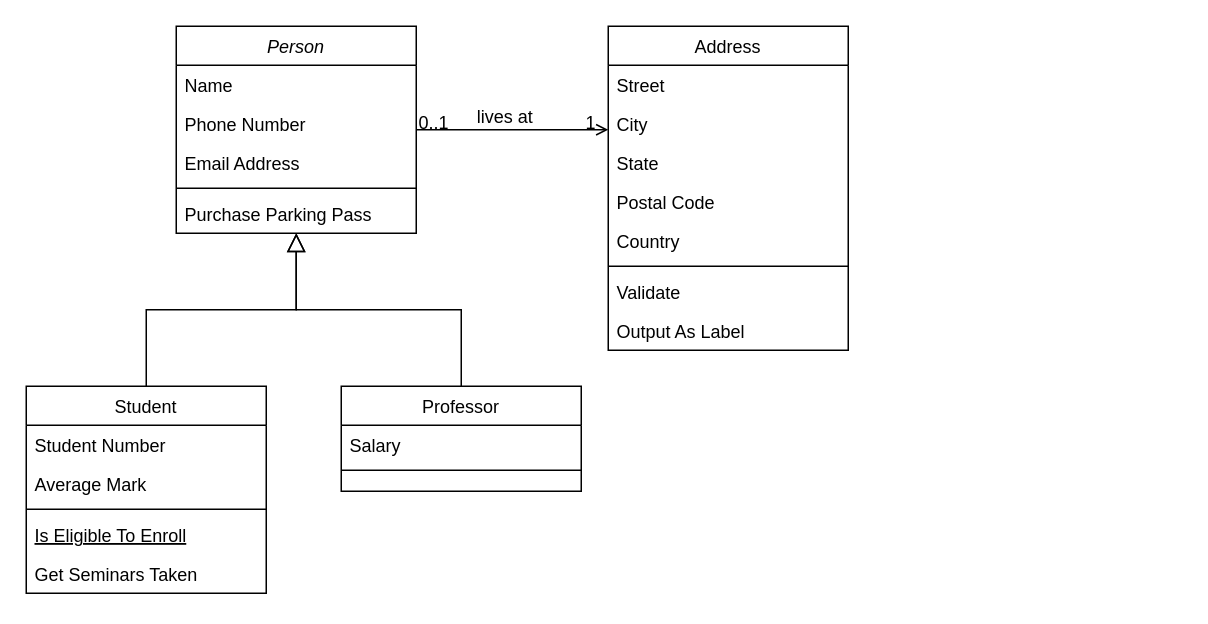
The draw.io diagram Diagrama sem nome.drawio in Dias070913/Mare-alta, before the edit. Source tidied: cells renumbered, new cells numbered last; positions are measured from the earlier drawing's top-left corner, leaving out a move shared by most shapes. Both pictures are drawn from the tidied source at 150%, with x=0, y=0 at pixel (26, 26).
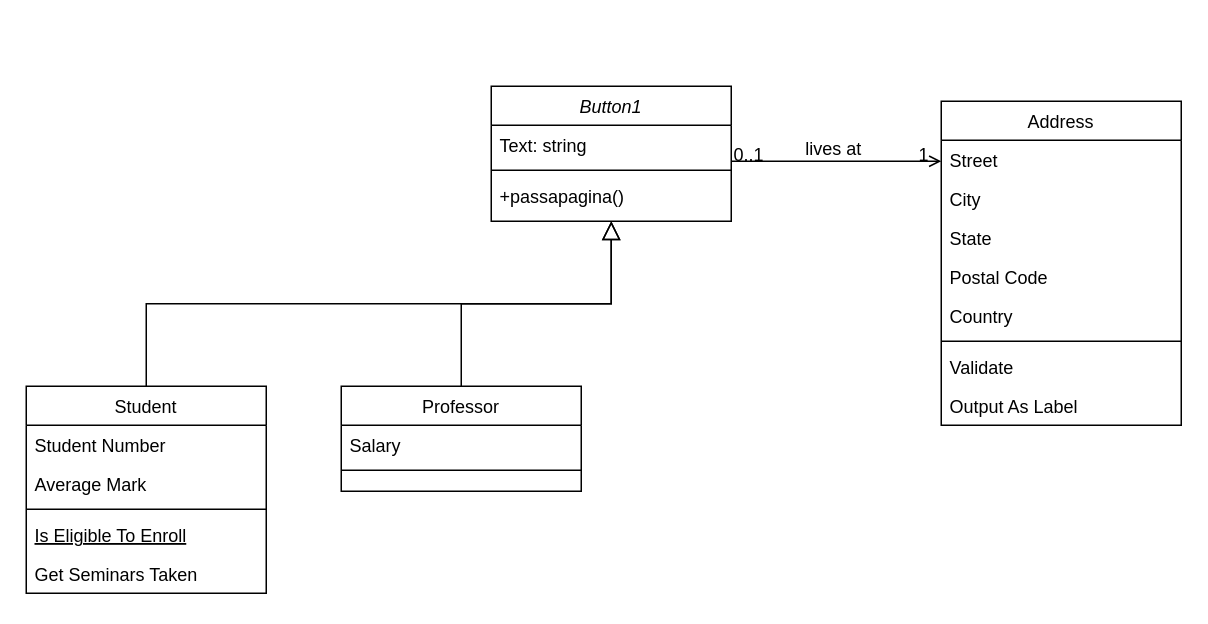
Above is the later version.

What changed in the source:
```diff
@@
-    <mxCell id="2" value="Person" style="swimlane;fontStyle=2;align=center;verticalAlign=top;horizontal=1;startSize=26;rounded=0;shadow=0;strokeWidth=1;" parent="1" vertex="1">
-      <mxGeometry x="100" width="160" height="138" as="geometry" />
+    <mxCell id="2" value="Button1" style="swimlane;fontStyle=2;align=center;verticalAlign=top;horizontal=1;startSize=26;rounded=0;shadow=0;strokeWidth=1;" parent="1" vertex="1">
+      <mxGeometry x="310" y="40" width="160" height="90" as="geometry" />
     </mxCell>
-    <mxCell id="3" value="Name" style="text;align=left;verticalAlign=top;spacingLeft=4;spacingRight=4;overflow=hidden;" parent="2" vertex="1">
+    <mxCell id="3" value="Text: string" style="text;align=left;verticalAlign=top;spacingLeft=4;spacingRight=4;overflow=hidden;" parent="2" vertex="1">
       <mxGeometry y="26" width="160" height="26" as="geometry" />
     </mxCell>
-    <mxCell id="4" value="Phone Number" style="text;align=left;verticalAlign=top;spacingLeft=4;spacingRight=4;overflow=hidden;rounded=0;shadow=0;html=0;" parent="2" vertex="1">
-      <mxGeometry y="52" width="160" height="26" as="geometry" />
-    </mxCell>
-    <mxCell id="5" value="Email Address" style="text;align=left;verticalAlign=top;spacingLeft=4;spacingRight=4;overflow=hidden;rounded=0;shadow=0;html=0;" parent="2" vertex="1">
-      <mxGeometry y="78" width="160" height="26" as="geometry" />
-    </mxCell>
     <mxCell id="6" style="line;html=1;strokeWidth=1;align=left;verticalAlign=middle;spacingTop=-1;spacingLeft=3;spacingRight=3;labelPosition=right;" parent="2" vertex="1">
-      <mxGeometry y="104" width="160" height="8" as="geometry" />
+      <mxGeometry y="52" width="160" height="8" as="geometry" />
     </mxCell>
-    <mxCell id="7" value="Purchase Parking Pass" style="text;align=left;verticalAlign=top;spacingLeft=4;spacingRight=4;overflow=hidden;" parent="2" vertex="1">
-      <mxGeometry y="112" width="160" height="26" as="geometry" />
+    <mxCell id="7" value="+passapagina()" style="text;align=left;verticalAlign=top;spacingLeft=4;spacingRight=4;overflow=hidden;" parent="2" vertex="1">
+      <mxGeometry y="60" width="160" height="26" as="geometry" />
     </mxCell>
@@
     <mxCell id="19" value="Address" style="swimlane;fontStyle=0;align=center;verticalAlign=top;horizontal=1;startSize=26;rounded=0;shadow=0;strokeWidth=1;" parent="1" vertex="1">
-      <mxGeometry x="388" width="160" height="216" as="geometry" />
+      <mxGeometry x="610" y="50" width="160" height="216" as="geometry" />
     </mxCell>
```
